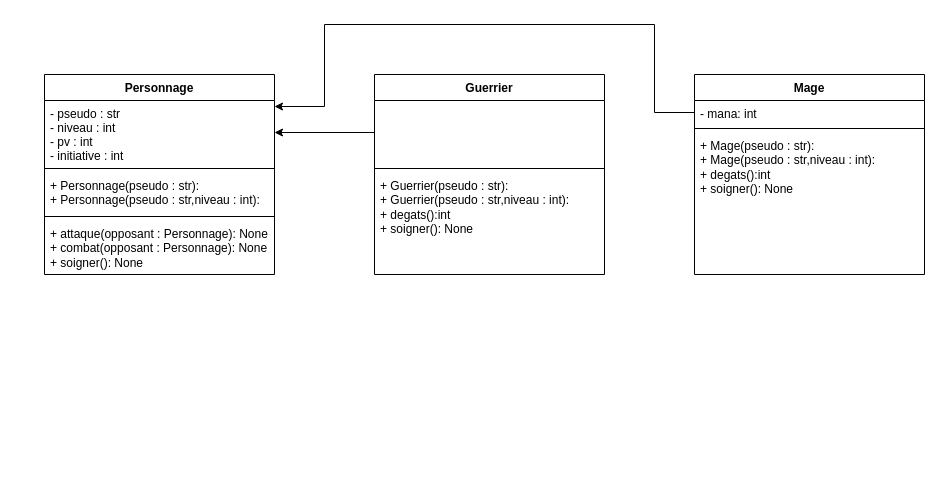
The draw.io diagram TP2/Diagramme sans nom.drawio in MaziniiX/R308, before the edit. Source tidied: cells renumbered, new cells numbered last; positions are measured from the earlier drawing's top-left corner, leaving out a move shared by most shapes. Both pictures are drawn from the tidied source at 100%, with x=0, y=0 at pixel (44, 24).
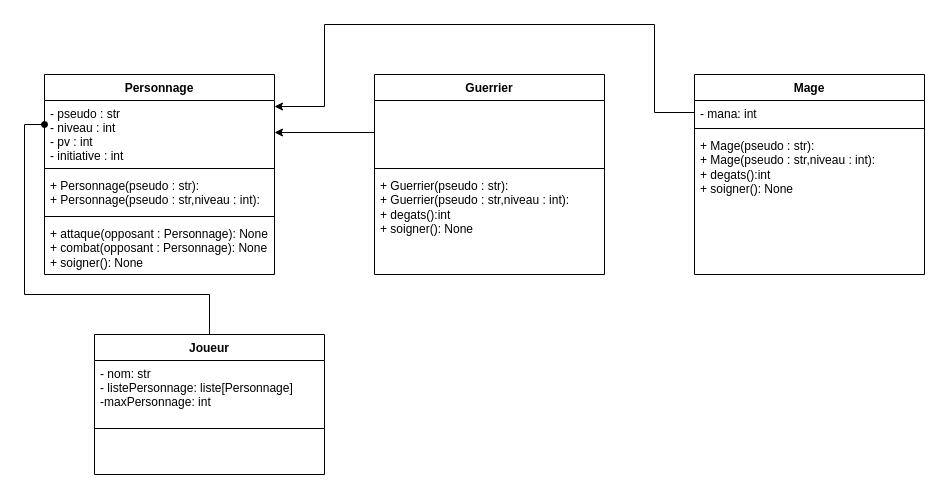
After the change.

The change refers to these unchanged cells:
```xml
<mxCell id="3" value="- pseudo : str&#10;- niveau : int&#10;- pv : int&#10;- initiative : int" style="text;align=left;verticalAlign=top;spacingLeft=4;spacingRight=4;overflow=hidden;points=[[0,0.5],[1,0.5]];portConstraint=eastwest;" parent="2" vertex="1">
  <mxGeometry y="26" width="230" height="64" as="geometry" />
</mxCell>
```

Diff of the diagram source:
```diff
@@
+    <mxCell id="18" style="edgeStyle=orthogonalEdgeStyle;rounded=0;jettySize=auto;html=1;exitX=0.5;exitY=0;exitDx=0;exitDy=0;entryX=0;entryY=0.375;entryDx=0;entryDy=0;entryPerimeter=0;endArrow=oval;endFill=1;" parent="1" edge="1" source="19" target="3">
+      <mxGeometry relative="1" as="geometry">
+        <Array as="points">
+          <mxPoint x="165" y="270" />
+          <mxPoint x="-20" y="270" />
+          <mxPoint x="-20" y="100" />
+        </Array>
+      </mxGeometry>
+    </mxCell>
+    <mxCell id="19" value="Joueur" style="swimlane;fontStyle=1;align=center;verticalAlign=top;horizontal=1;startSize=26;rounded=0;shadow=0;strokeWidth=1;" parent="1" vertex="1">
+      <mxGeometry x="50" y="310" width="230" height="140" as="geometry" />
+    </mxCell>
+    <mxCell id="20" value="- nom: str&#10;- listePersonnage: liste[Personnage]&#10;-maxPersonnage: int" style="text;align=left;verticalAlign=top;spacingLeft=4;spacingRight=4;overflow=hidden;" parent="19" vertex="1">
+      <mxGeometry y="26" width="230" height="64" as="geometry" />
+    </mxCell>
+    <mxCell id="21" style="line;strokeWidth=1;fillColor=none;align=left;verticalAlign=middle;spacingTop=-1;spacingLeft=3;spacingRight=3;labelPosition=right;strokeColor=inherit;" parent="19" vertex="1">
+      <mxGeometry y="90" width="230" height="8" as="geometry" />
+    </mxCell>
```
